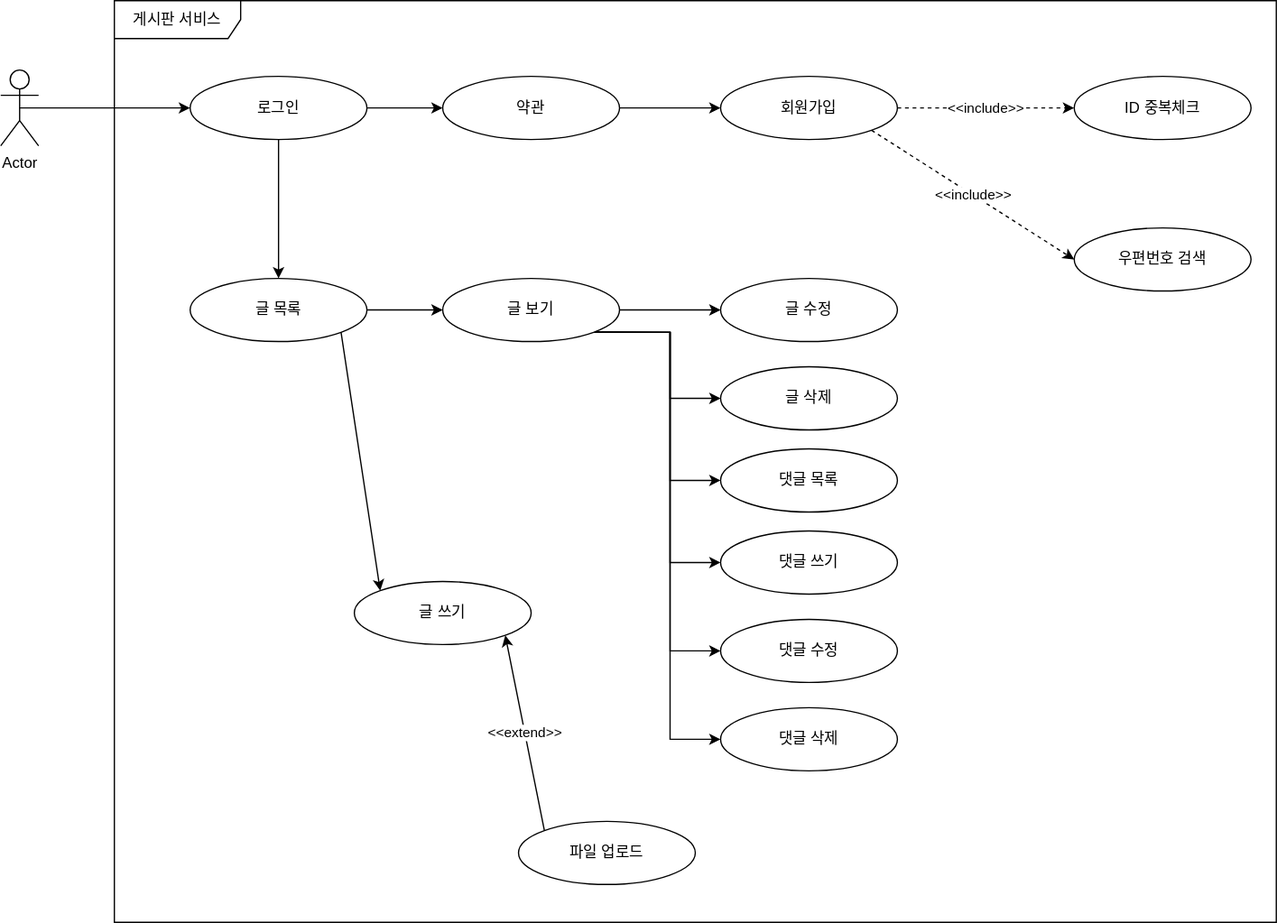
This is Jboard1/게시판 유스케이스.svg from ooo3345sjh/JSP, a draw.io export, as it was before one commit. Source tidied: cells renumbered, new cells last; positions are measured from the earlier drawing's top-left corner, leaving out a move shared by most shapes. The source it was exported from:
```xml
<mxGraphModel>
  <root>
    <mxCell id="0" />
    <mxCell id="1" parent="0" />
    <mxCell id="2" style="edgeStyle=orthogonalEdgeStyle;rounded=0;jettySize=auto;html=1;exitX=0.5;exitY=0.5;exitDx=0;exitDy=0;exitPerimeter=0;" parent="1" edge="1" source="3" target="7">
      <mxGeometry relative="1" as="geometry" />
    </mxCell>
    <mxCell id="3" value="Actor" style="shape=umlActor;verticalLabelPosition=bottom;verticalAlign=top;html=1;" parent="1" vertex="1">
      <mxGeometry y="55" width="30" height="60" as="geometry" />
    </mxCell>
    <mxCell id="4" value="게시판 서비스" style="shape=umlFrame;whiteSpace=wrap;html=1;width=100;height=30;" parent="1" vertex="1">
      <mxGeometry x="90" width="920" height="730" as="geometry" />
    </mxCell>
    <mxCell id="5" style="edgeStyle=orthogonalEdgeStyle;rounded=0;jettySize=auto;html=1;exitX=1;exitY=0.5;exitDx=0;exitDy=0;entryX=0;entryY=0.5;entryDx=0;entryDy=0;" parent="1" edge="1" source="7" target="9">
      <mxGeometry relative="1" as="geometry" />
    </mxCell>
    <mxCell id="6" style="edgeStyle=none;rounded=0;jettySize=auto;html=1;exitX=0.5;exitY=1;exitDx=0;exitDy=0;" parent="1" edge="1" source="7" target="17">
      <mxGeometry relative="1" as="geometry" />
    </mxCell>
    <mxCell id="7" value="로그인" style="ellipse;whiteSpace=wrap;html=1;" parent="1" vertex="1">
      <mxGeometry x="150" y="60" width="140" height="50" as="geometry" />
    </mxCell>
    <mxCell id="8" style="edgeStyle=orthogonalEdgeStyle;rounded=0;jettySize=auto;html=1;exitX=1;exitY=0.5;exitDx=0;exitDy=0;" parent="1" edge="1" source="9" target="12">
      <mxGeometry relative="1" as="geometry" />
    </mxCell>
    <mxCell id="9" value="약관" style="ellipse;whiteSpace=wrap;html=1;" parent="1" vertex="1">
      <mxGeometry x="350" y="60" width="140" height="50" as="geometry" />
    </mxCell>
    <mxCell id="10" value="&amp;lt;&amp;lt;include&amp;gt;&amp;gt;" style="edgeStyle=orthogonalEdgeStyle;rounded=0;jettySize=auto;html=1;exitX=1;exitY=0.5;exitDx=0;exitDy=0;entryX=0;entryY=0.5;entryDx=0;entryDy=0;dashed=1;" parent="1" edge="1" source="12" target="13">
      <mxGeometry relative="1" as="geometry" />
    </mxCell>
    <mxCell id="11" value="&amp;lt;&amp;lt;include&amp;gt;&amp;gt;" style="rounded=0;jettySize=auto;html=1;exitX=1;exitY=1;exitDx=0;exitDy=0;entryX=0;entryY=0.5;entryDx=0;entryDy=0;dashed=1;" parent="1" edge="1" source="12" target="14">
      <mxGeometry relative="1" as="geometry" />
    </mxCell>
    <mxCell id="12" value="회원가입" style="ellipse;whiteSpace=wrap;html=1;" parent="1" vertex="1">
      <mxGeometry x="570" y="60" width="140" height="50" as="geometry" />
    </mxCell>
    <mxCell id="13" value="ID 중복체크" style="ellipse;whiteSpace=wrap;html=1;" parent="1" vertex="1">
      <mxGeometry x="850" y="60" width="140" height="50" as="geometry" />
    </mxCell>
    <mxCell id="14" value="우편번호 검색" style="ellipse;whiteSpace=wrap;html=1;" parent="1" vertex="1">
      <mxGeometry x="850" y="180" width="140" height="50" as="geometry" />
    </mxCell>
    <mxCell id="15" style="edgeStyle=none;rounded=0;jettySize=auto;html=1;exitX=1;exitY=0.5;exitDx=0;exitDy=0;" parent="1" edge="1" source="17" target="24">
      <mxGeometry relative="1" as="geometry" />
    </mxCell>
    <mxCell id="16" style="edgeStyle=none;rounded=0;jettySize=auto;html=1;exitX=1;exitY=1;exitDx=0;exitDy=0;entryX=0;entryY=0;entryDx=0;entryDy=0;" parent="1" edge="1" source="17" target="25">
      <mxGeometry relative="1" as="geometry" />
    </mxCell>
    <mxCell id="17" value="글 목록" style="ellipse;whiteSpace=wrap;html=1;" parent="1" vertex="1">
      <mxGeometry x="150" y="220" width="140" height="50" as="geometry" />
    </mxCell>
    <mxCell id="18" style="edgeStyle=none;rounded=0;jettySize=auto;html=1;exitX=1;exitY=0.5;exitDx=0;exitDy=0;entryX=0;entryY=0.5;entryDx=0;entryDy=0;" parent="1" edge="1" source="24" target="28">
      <mxGeometry relative="1" as="geometry" />
    </mxCell>
    <mxCell id="19" style="edgeStyle=orthogonalEdgeStyle;rounded=0;jettySize=auto;html=1;exitX=1;exitY=1;exitDx=0;exitDy=0;entryX=0;entryY=0.5;entryDx=0;entryDy=0;" parent="1" edge="1" source="24" target="29">
      <mxGeometry relative="1" as="geometry" />
    </mxCell>
    <mxCell id="20" style="edgeStyle=orthogonalEdgeStyle;rounded=0;jettySize=auto;html=1;exitX=1;exitY=1;exitDx=0;exitDy=0;entryX=0;entryY=0.5;entryDx=0;entryDy=0;" parent="1" edge="1" source="24" target="30">
      <mxGeometry relative="1" as="geometry" />
    </mxCell>
    <mxCell id="21" style="edgeStyle=orthogonalEdgeStyle;rounded=0;jettySize=auto;html=1;exitX=1;exitY=1;exitDx=0;exitDy=0;entryX=0;entryY=0.5;entryDx=0;entryDy=0;" parent="1" edge="1" source="24" target="31">
      <mxGeometry relative="1" as="geometry" />
    </mxCell>
    <mxCell id="22" style="edgeStyle=orthogonalEdgeStyle;rounded=0;jettySize=auto;html=1;exitX=1;exitY=1;exitDx=0;exitDy=0;entryX=0;entryY=0.5;entryDx=0;entryDy=0;" parent="1" edge="1" source="24" target="32">
      <mxGeometry relative="1" as="geometry" />
    </mxCell>
    <mxCell id="23" style="edgeStyle=orthogonalEdgeStyle;rounded=0;jettySize=auto;html=1;exitX=1;exitY=1;exitDx=0;exitDy=0;entryX=0;entryY=0.5;entryDx=0;entryDy=0;" parent="1" edge="1" source="24" target="33">
      <mxGeometry relative="1" as="geometry" />
    </mxCell>
    <mxCell id="24" value="글 보기" style="ellipse;whiteSpace=wrap;html=1;" parent="1" vertex="1">
      <mxGeometry x="350" y="220" width="140" height="50" as="geometry" />
    </mxCell>
    <mxCell id="25" value="글 쓰기" style="ellipse;whiteSpace=wrap;html=1;" parent="1" vertex="1">
      <mxGeometry x="280" y="460" width="140" height="50" as="geometry" />
    </mxCell>
    <mxCell id="26" value="&amp;lt;&amp;lt;extend&amp;gt;&amp;gt;" style="edgeStyle=none;rounded=0;jettySize=auto;html=1;exitX=0;exitY=0;exitDx=0;exitDy=0;entryX=1;entryY=1;entryDx=0;entryDy=0;" parent="1" edge="1" source="27" target="25">
      <mxGeometry relative="1" as="geometry" />
    </mxCell>
    <mxCell id="27" value="파일 업로드" style="ellipse;whiteSpace=wrap;html=1;" parent="1" vertex="1">
      <mxGeometry x="410" y="650" width="140" height="50" as="geometry" />
    </mxCell>
    <mxCell id="28" value="글 수정" style="ellipse;whiteSpace=wrap;html=1;" parent="1" vertex="1">
      <mxGeometry x="570" y="220" width="140" height="50" as="geometry" />
    </mxCell>
    <mxCell id="29" value="글 삭제" style="ellipse;whiteSpace=wrap;html=1;" parent="1" vertex="1">
      <mxGeometry x="570" y="290" width="140" height="50" as="geometry" />
    </mxCell>
    <mxCell id="30" value="댓글 목록" style="ellipse;whiteSpace=wrap;html=1;" parent="1" vertex="1">
      <mxGeometry x="570" y="355" width="140" height="50" as="geometry" />
    </mxCell>
    <mxCell id="31" value="댓글 쓰기" style="ellipse;whiteSpace=wrap;html=1;" parent="1" vertex="1">
      <mxGeometry x="570" y="420" width="140" height="50" as="geometry" />
    </mxCell>
    <mxCell id="32" value="댓글 수정" style="ellipse;whiteSpace=wrap;html=1;" parent="1" vertex="1">
      <mxGeometry x="570" y="490" width="140" height="50" as="geometry" />
    </mxCell>
    <mxCell id="33" value="댓글 삭제" style="ellipse;whiteSpace=wrap;html=1;" parent="1" vertex="1">
      <mxGeometry x="570" y="560" width="140" height="50" as="geometry" />
    </mxCell>
  </root>
</mxGraphModel>
```
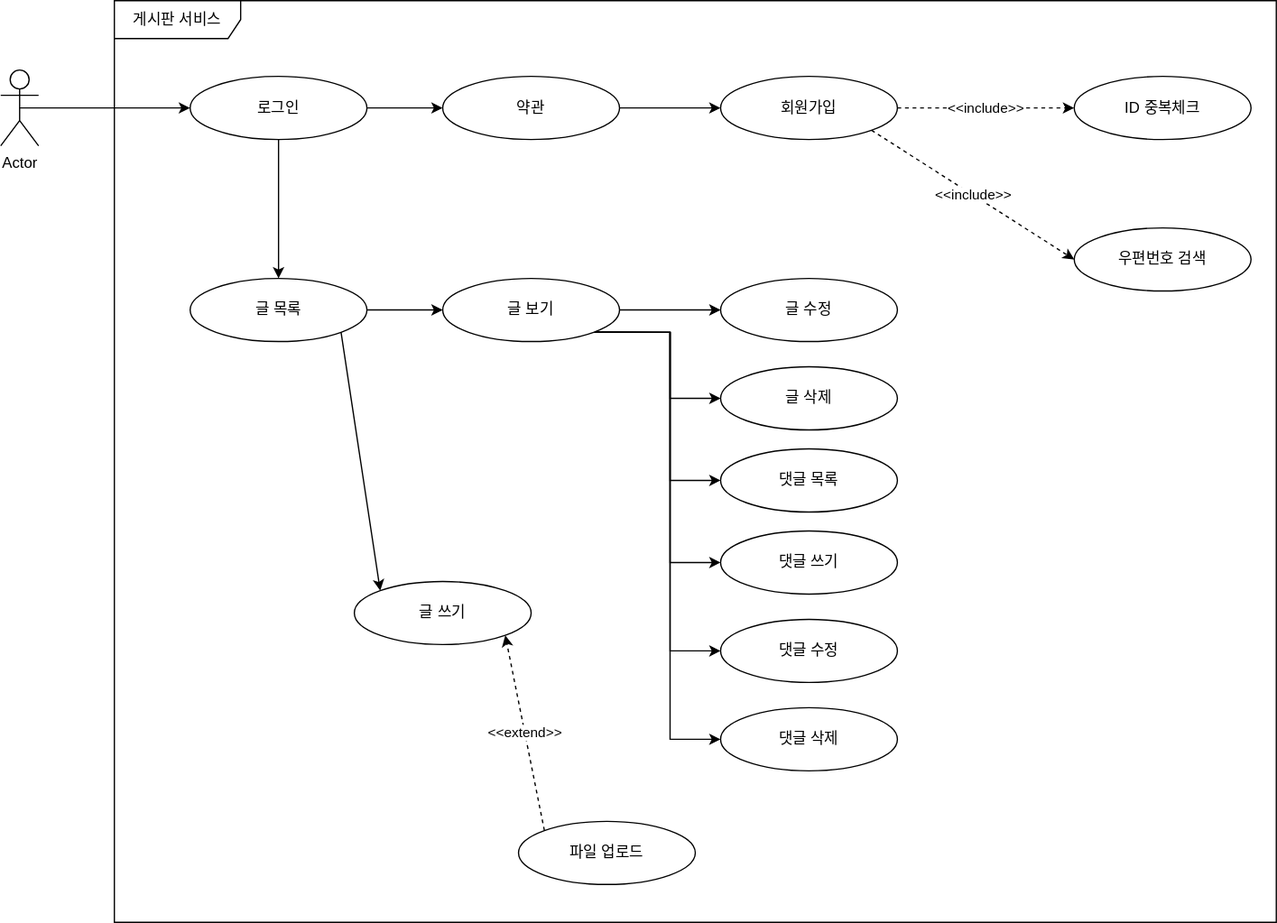
After the commit.

Change to the diagram source:
```diff
@@ -74,7 +74,7 @@
     <mxCell id="25" value="글 쓰기" style="ellipse;whiteSpace=wrap;html=1;" parent="1" vertex="1">
       <mxGeometry x="280" y="460" width="140" height="50" as="geometry" />
     </mxCell>
-    <mxCell id="26" value="&amp;lt;&amp;lt;extend&amp;gt;&amp;gt;" style="edgeStyle=none;rounded=0;jettySize=auto;html=1;exitX=0;exitY=0;exitDx=0;exitDy=0;entryX=1;entryY=1;entryDx=0;entryDy=0;" parent="1" edge="1" source="27" target="25">
+    <mxCell id="26" value="&amp;lt;&amp;lt;extend&amp;gt;&amp;gt;" style="edgeStyle=none;rounded=0;jettySize=auto;html=1;exitX=0;exitY=0;exitDx=0;exitDy=0;entryX=1;entryY=1;entryDx=0;entryDy=0;dashed=1;" parent="1" edge="1" source="27" target="25">
       <mxGeometry relative="1" as="geometry" />
     </mxCell>
     <mxCell id="27" value="파일 업로드" style="ellipse;whiteSpace=wrap;html=1;" parent="1" vertex="1">
```
